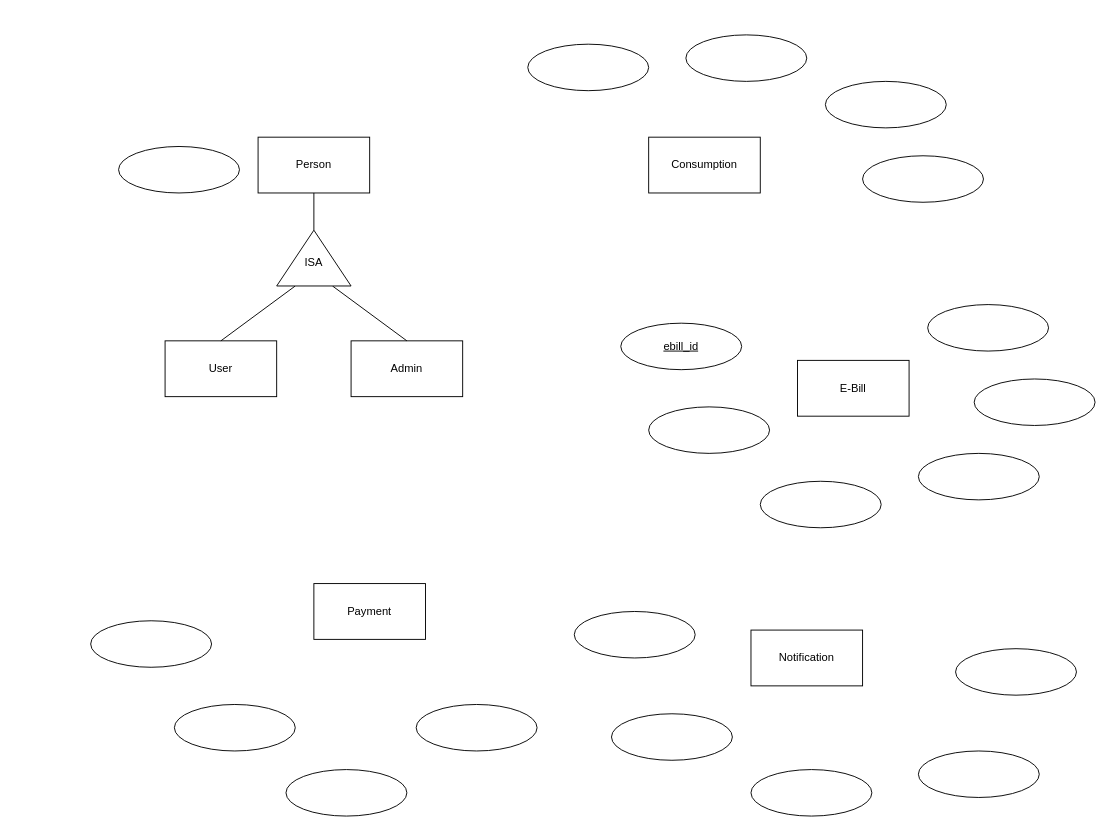
Shan-Joel/Diagrams---ITPM keeps this draw.io diagram as diagrams.drawio. Above is the earlier version. Source tidied: cells renumbered, new cells numbered last; positions are measured from the earlier drawing's top-left corner, leaving out a move shared by most shapes. Both pictures are drawn from the tidied source at 93%, with x=0, y=0 at pixel (90, 34).
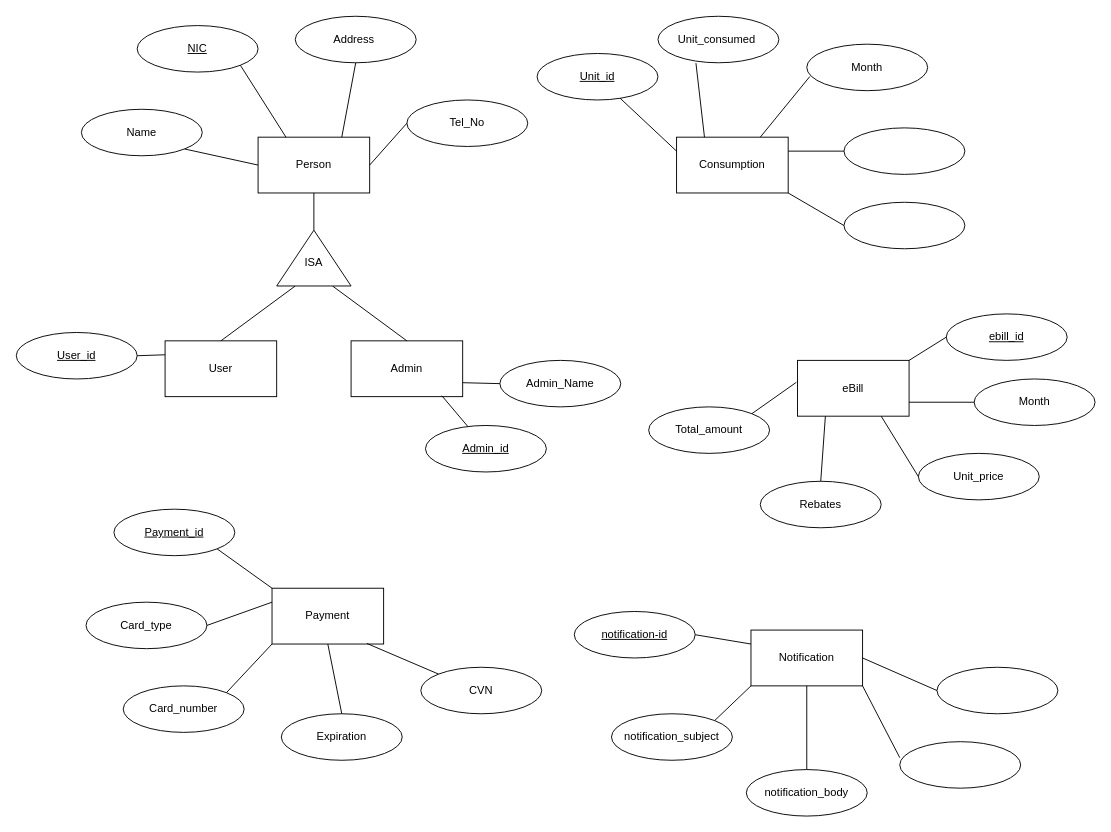
The same diagram, later.

The change refers to these unchanged cells:
```xml
<mxCell id="2" value="Admin" style="rounded=0;whiteSpace=wrap;html=1;" parent="1" vertex="1">
  <mxGeometry x="280" y="329" width="120" height="60" as="geometry" />
</mxCell>
<mxCell id="3" value="User" style="rounded=0;whiteSpace=wrap;html=1;" parent="1" vertex="1">
  <mxGeometry x="80" y="329" width="120" height="60" as="geometry" />
</mxCell>
<mxCell id="4" value="Person" style="rounded=0;whiteSpace=wrap;html=1;" parent="1" vertex="1">
  <mxGeometry x="180" y="110" width="120" height="60" as="geometry" />
</mxCell>
<mxCell id="14" value="Notification" style="rounded=0;whiteSpace=wrap;html=1;" parent="1" vertex="1">
  <mxGeometry x="710" y="640" width="120" height="60" as="geometry" />
</mxCell>
```

What changed in the source:
```diff
@@
     <mxCell id="11" value="Consumption" style="rounded=0;whiteSpace=wrap;html=1;" parent="1" vertex="1">
-      <mxGeometry x="600" y="110" width="120" height="60" as="geometry" />
+      <mxGeometry x="630" y="110" width="120" height="60" as="geometry" />
     </mxCell>
-    <mxCell id="12" value="E-Bill" style="rounded=0;whiteSpace=wrap;html=1;" parent="1" vertex="1">
+    <mxCell id="12" value="eBill" style="rounded=0;whiteSpace=wrap;html=1;" parent="1" vertex="1">
       <mxGeometry x="760" y="350" width="120" height="60" as="geometry" />
     </mxCell>
     <mxCell id="13" value="Payment" style="rounded=0;whiteSpace=wrap;html=1;" parent="1" vertex="1">
-      <mxGeometry x="240" y="590" width="120" height="60" as="geometry" />
+      <mxGeometry x="195" y="595" width="120" height="60" as="geometry" />
     </mxCell>
@@
-    <mxCell id="15" value="&lt;u&gt;ebill_id&lt;/u&gt;" style="ellipse;whiteSpace=wrap;html=1;" parent="1" vertex="1">
-      <mxGeometry x="570" y="310" width="130" height="50" as="geometry" />
+    <mxCell id="15" value="&lt;u&gt;Unit_id&lt;/u&gt;" style="ellipse;whiteSpace=wrap;html=1;" parent="1" vertex="1">
+      <mxGeometry x="480" y="20" width="130" height="50" as="geometry" />
     </mxCell>
-    <mxCell id="16" style="ellipse;whiteSpace=wrap;html=1;" parent="1" vertex="1">
+    <mxCell id="16" value="&lt;span&gt;&lt;u&gt;notification-id&lt;/u&gt;&lt;/span&gt;" style="ellipse;whiteSpace=wrap;html=1;" parent="1" vertex="1">
       <mxGeometry x="520" y="620" width="130" height="50" as="geometry" />
     </mxCell>
-    <mxCell id="17" style="ellipse;whiteSpace=wrap;html=1;" parent="1" vertex="1">
-      <mxGeometry y="630" width="130" height="50" as="geometry" />
+    <mxCell id="17" value="Card_type" style="ellipse;whiteSpace=wrap;html=1;" parent="1" vertex="1">
+      <mxGeometry x="-5" y="610" width="130" height="50" as="geometry" />
     </mxCell>
-    <mxCell id="18" style="ellipse;whiteSpace=wrap;html=1;" parent="1" vertex="1">
-      <mxGeometry x="30" y="120" width="130" height="50" as="geometry" />
+    <mxCell id="18" value="Name" style="ellipse;whiteSpace=wrap;html=1;" parent="1" vertex="1">
+      <mxGeometry x="-10" y="80" width="130" height="50" as="geometry" />
     </mxCell>
-    <mxCell id="19" style="ellipse;whiteSpace=wrap;html=1;" parent="1" vertex="1">
-      <mxGeometry x="470" y="10" width="130" height="50" as="geometry" />
+    <mxCell id="19" value="Unit_consumed&amp;nbsp;" style="ellipse;whiteSpace=wrap;html=1;" parent="1" vertex="1">
+      <mxGeometry x="610" y="-20" width="130" height="50" as="geometry" />
     </mxCell>
-    <mxCell id="20" style="ellipse;whiteSpace=wrap;html=1;" parent="1" vertex="1">
-      <mxGeometry x="90" y="720" width="130" height="50" as="geometry" />
+    <mxCell id="20" value="&lt;span&gt;Card_number&lt;/span&gt;" style="ellipse;whiteSpace=wrap;html=1;" parent="1" vertex="1">
+      <mxGeometry x="35" y="700" width="130" height="50" as="geometry" />
     </mxCell>
-    <mxCell id="21" style="ellipse;whiteSpace=wrap;html=1;" parent="1" vertex="1">
-      <mxGeometry x="210" y="790" width="130" height="50" as="geometry" />
+    <mxCell id="21" value="Expiration" style="ellipse;whiteSpace=wrap;html=1;" parent="1" vertex="1">
+      <mxGeometry x="205" y="730" width="130" height="50" as="geometry" />
     </mxCell>
-    <mxCell id="22" style="ellipse;whiteSpace=wrap;html=1;" parent="1" vertex="1">
-      <mxGeometry x="350" y="720" width="130" height="50" as="geometry" />
+    <mxCell id="22" value="CVN" style="ellipse;whiteSpace=wrap;html=1;" parent="1" vertex="1">
+      <mxGeometry x="355" y="680" width="130" height="50" as="geometry" />
     </mxCell>
-    <mxCell id="23" style="ellipse;whiteSpace=wrap;html=1;" parent="1" vertex="1">
+    <mxCell id="23" value="&lt;span&gt;notification_subject&lt;/span&gt;" style="ellipse;whiteSpace=wrap;html=1;" parent="1" vertex="1">
       <mxGeometry x="560" y="730" width="130" height="50" as="geometry" />
     </mxCell>
-    <mxCell id="24" style="ellipse;whiteSpace=wrap;html=1;" parent="1" vertex="1">
-      <mxGeometry x="710" y="790" width="130" height="50" as="geometry" />
+    <mxCell id="24" value="&lt;span&gt;notification_body&lt;/span&gt;" style="ellipse;whiteSpace=wrap;html=1;" parent="1" vertex="1">
+      <mxGeometry x="705" y="790" width="130" height="50" as="geometry" />
     </mxCell>
     <mxCell id="25" style="ellipse;whiteSpace=wrap;html=1;" parent="1" vertex="1">
-      <mxGeometry x="890" y="770" width="130" height="50" as="geometry" />
+      <mxGeometry x="870" y="760" width="130" height="50" as="geometry" />
     </mxCell>
     <mxCell id="26" style="ellipse;whiteSpace=wrap;html=1;" parent="1" vertex="1">
-      <mxGeometry x="930" y="660" width="130" height="50" as="geometry" />
+      <mxGeometry x="910" y="680" width="130" height="50" as="geometry" />
     </mxCell>
-    <mxCell id="27" style="ellipse;whiteSpace=wrap;html=1;" parent="1" vertex="1">
+    <mxCell id="27" value="Rebates" style="ellipse;whiteSpace=wrap;html=1;" parent="1" vertex="1">
       <mxGeometry x="720" y="480" width="130" height="50" as="geometry" />
     </mxCell>
-    <mxCell id="28" style="ellipse;whiteSpace=wrap;html=1;" parent="1" vertex="1">
+    <mxCell id="28" value="Unit_price" style="ellipse;whiteSpace=wrap;html=1;" parent="1" vertex="1">
       <mxGeometry x="890" y="450" width="130" height="50" as="geometry" />
     </mxCell>
-    <mxCell id="29" style="ellipse;whiteSpace=wrap;html=1;" parent="1" vertex="1">
+    <mxCell id="29" value="&lt;span&gt;Total_amount&lt;/span&gt;" style="ellipse;whiteSpace=wrap;html=1;" parent="1" vertex="1">
       <mxGeometry x="600" y="400" width="130" height="50" as="geometry" />
     </mxCell>
-    <mxCell id="30" style="ellipse;whiteSpace=wrap;html=1;" parent="1" vertex="1">
+    <mxCell id="30" value="Month" style="ellipse;whiteSpace=wrap;html=1;" parent="1" vertex="1">
       <mxGeometry x="950" y="370" width="130" height="50" as="geometry" />
     </mxCell>
-    <mxCell id="31" style="ellipse;whiteSpace=wrap;html=1;" parent="1" vertex="1">
-      <mxGeometry x="900" y="290" width="130" height="50" as="geometry" />
+    <mxCell id="31" value="&lt;u&gt;ebill_id&lt;/u&gt;" style="ellipse;whiteSpace=wrap;html=1;" parent="1" vertex="1">
+      <mxGeometry x="920" y="300" width="130" height="50" as="geometry" />
     </mxCell>
-    <mxCell id="32" style="ellipse;whiteSpace=wrap;html=1;" parent="1" vertex="1">
-      <mxGeometry x="640" width="130" height="50" as="geometry" />
+    <mxCell id="32" value="&lt;span&gt;Month&lt;/span&gt;" style="ellipse;whiteSpace=wrap;html=1;" parent="1" vertex="1">
+      <mxGeometry x="770" y="10" width="130" height="50" as="geometry" />
     </mxCell>
     <mxCell id="33" style="ellipse;whiteSpace=wrap;html=1;" parent="1" vertex="1">
-      <mxGeometry x="790" y="50" width="130" height="50" as="geometry" />
+      <mxGeometry x="810" y="100" width="130" height="50" as="geometry" />
     </mxCell>
     <mxCell id="34" style="ellipse;whiteSpace=wrap;html=1;" parent="1" vertex="1">
-      <mxGeometry x="830" y="130" width="130" height="50" as="geometry" />
+      <mxGeometry x="810" y="180" width="130" height="50" as="geometry" />
     </mxCell>
+    <mxCell id="35" value="&lt;u&gt;NIC&lt;/u&gt;" style="ellipse;whiteSpace=wrap;html=1;" parent="1" vertex="1">
+      <mxGeometry x="50" y="-10" width="130" height="50" as="geometry" />
+    </mxCell>
+    <mxCell id="36" value="Address&amp;nbsp;" style="ellipse;whiteSpace=wrap;html=1;" parent="1" vertex="1">
+      <mxGeometry x="220" y="-20" width="130" height="50" as="geometry" />
+    </mxCell>
+    <mxCell id="37" value="Tel_No" style="ellipse;whiteSpace=wrap;html=1;" parent="1" vertex="1">
+      <mxGeometry x="340" y="70" width="130" height="50" as="geometry" />
+    </mxCell>
+    <mxCell id="38" value="&lt;u&gt;Payment_id&lt;/u&gt;" style="ellipse;whiteSpace=wrap;html=1;" parent="1" vertex="1">
+      <mxGeometry x="25" y="510" width="130" height="50" as="geometry" />
+    </mxCell>
+    <mxCell id="39" style="endArrow=none;html=1;rounded=0;exitX=1;exitY=0.5;exitDx=0;exitDy=0;entryX=0;entryY=0.5;entryDx=0;entryDy=0;" parent="1" edge="1" source="4" target="37">
+      <mxGeometry relative="1" as="geometry" />
+    </mxCell>
+    <mxCell id="40" style="endArrow=none;html=1;rounded=0;exitX=0.75;exitY=0;exitDx=0;exitDy=0;entryX=0.5;entryY=1;entryDx=0;entryDy=0;" parent="1" edge="1" source="4" target="36">
+      <mxGeometry relative="1" as="geometry" />
+    </mxCell>
+    <mxCell id="41" style="endArrow=none;html=1;rounded=0;exitX=0.25;exitY=0;exitDx=0;exitDy=0;entryX=1;entryY=1;entryDx=0;entryDy=0;" parent="1" edge="1" source="4" target="35">
+      <mxGeometry relative="1" as="geometry" />
+    </mxCell>
+    <mxCell id="42" style="endArrow=none;html=1;rounded=0;exitX=0;exitY=0.5;exitDx=0;exitDy=0;entryX=1;entryY=1;entryDx=0;entryDy=0;" parent="1" edge="1" source="4" target="18">
+      <mxGeometry relative="1" as="geometry" />
+    </mxCell>
+    <mxCell id="43" style="endArrow=none;html=1;rounded=0;exitX=0;exitY=0.25;exitDx=0;exitDy=0;entryX=0.686;entryY=0.96;entryDx=0;entryDy=0;entryPerimeter=0;" parent="1" edge="1" source="11" target="15">
+      <mxGeometry relative="1" as="geometry" />
+    </mxCell>
+    <mxCell id="44" style="endArrow=none;html=1;rounded=0;exitX=0.25;exitY=0;exitDx=0;exitDy=0;entryX=0.314;entryY=1.008;entryDx=0;entryDy=0;entryPerimeter=0;" parent="1" edge="1" source="11" target="19">
+      <mxGeometry relative="1" as="geometry" />
+    </mxCell>
+    <mxCell id="45" style="endArrow=none;html=1;rounded=0;exitX=0.75;exitY=0;exitDx=0;exitDy=0;entryX=0.025;entryY=0.696;entryDx=0;entryDy=0;entryPerimeter=0;" parent="1" edge="1" source="11" target="32">
+      <mxGeometry relative="1" as="geometry" />
+    </mxCell>
+    <mxCell id="46" style="endArrow=none;html=1;rounded=0;exitX=1;exitY=0.25;exitDx=0;exitDy=0;entryX=0;entryY=0.5;entryDx=0;entryDy=0;" parent="1" edge="1" source="11" target="33">
+      <mxGeometry relative="1" as="geometry" />
+    </mxCell>
+    <mxCell id="47" style="endArrow=none;html=1;rounded=0;exitX=1;exitY=1;exitDx=0;exitDy=0;entryX=0;entryY=0.5;entryDx=0;entryDy=0;" parent="1" edge="1" source="11" target="34">
+      <mxGeometry relative="1" as="geometry" />
+    </mxCell>
+    <mxCell id="48" style="endArrow=none;html=1;rounded=0;exitX=1;exitY=0;exitDx=0;exitDy=0;entryX=-0.01;entryY=0.393;entryDx=0;entryDy=0;entryPerimeter=0;" parent="1" edge="1" source="29" target="12">
+      <mxGeometry relative="1" as="geometry" />
+    </mxCell>
+    <mxCell id="49" style="endArrow=none;html=1;rounded=0;exitX=0.5;exitY=0;exitDx=0;exitDy=0;entryX=0.25;entryY=1;entryDx=0;entryDy=0;" parent="1" edge="1" source="27" target="12">
+      <mxGeometry relative="1" as="geometry" />
+    </mxCell>
+    <mxCell id="50" style="endArrow=none;html=1;rounded=0;exitX=0;exitY=0.5;exitDx=0;exitDy=0;entryX=0.75;entryY=1;entryDx=0;entryDy=0;" parent="1" edge="1" source="28" target="12">
+      <mxGeometry relative="1" as="geometry" />
+    </mxCell>
+    <mxCell id="51" style="endArrow=none;html=1;rounded=0;exitX=0;exitY=0.5;exitDx=0;exitDy=0;entryX=1;entryY=0.75;entryDx=0;entryDy=0;" parent="1" edge="1" source="30" target="12">
+      <mxGeometry relative="1" as="geometry" />
+    </mxCell>
+    <mxCell id="52" style="endArrow=none;html=1;rounded=0;exitX=0;exitY=0.5;exitDx=0;exitDy=0;entryX=1;entryY=0;entryDx=0;entryDy=0;" parent="1" edge="1" source="31" target="12">
+      <mxGeometry relative="1" as="geometry" />
+    </mxCell>
+    <mxCell id="53" style="endArrow=none;html=1;rounded=0;exitX=1;exitY=1;exitDx=0;exitDy=0;entryX=0;entryY=0;entryDx=0;entryDy=0;" parent="1" edge="1" source="38" target="13">
+      <mxGeometry relative="1" as="geometry" />
+    </mxCell>
+    <mxCell id="54" style="endArrow=none;html=1;rounded=0;exitX=1;exitY=0.5;exitDx=0;exitDy=0;entryX=0;entryY=0.25;entryDx=0;entryDy=0;" parent="1" edge="1" source="17" target="13">
+      <mxGeometry relative="1" as="geometry" />
+    </mxCell>
+    <mxCell id="55" style="endArrow=none;html=1;rounded=0;exitX=1;exitY=0;exitDx=0;exitDy=0;entryX=0;entryY=1;entryDx=0;entryDy=0;" parent="1" edge="1" source="20" target="13">
+      <mxGeometry relative="1" as="geometry" />
+    </mxCell>
+    <mxCell id="56" style="endArrow=none;html=1;rounded=0;exitX=0.5;exitY=0;exitDx=0;exitDy=0;entryX=0.5;entryY=1;entryDx=0;entryDy=0;" parent="1" edge="1" source="21" target="13">
+      <mxGeometry relative="1" as="geometry" />
+    </mxCell>
+    <mxCell id="57" style="endArrow=none;html=1;rounded=0;exitX=0;exitY=0;exitDx=0;exitDy=0;entryX=0.85;entryY=0.99;entryDx=0;entryDy=0;entryPerimeter=0;" parent="1" edge="1" source="22" target="13">
+      <mxGeometry relative="1" as="geometry" />
+    </mxCell>
+    <mxCell id="58" style="endArrow=none;html=1;rounded=0;exitX=1;exitY=0.5;exitDx=0;exitDy=0;entryX=0;entryY=0.25;entryDx=0;entryDy=0;" parent="1" edge="1" source="16" target="14">
+      <mxGeometry relative="1" as="geometry" />
+    </mxCell>
+    <mxCell id="59" style="endArrow=none;html=1;rounded=0;exitX=1;exitY=0;exitDx=0;exitDy=0;entryX=0;entryY=1;entryDx=0;entryDy=0;" parent="1" edge="1" source="23" target="14">
+      <mxGeometry relative="1" as="geometry" />
+    </mxCell>
+    <mxCell id="60" style="endArrow=none;html=1;rounded=0;exitX=0.5;exitY=0;exitDx=0;exitDy=0;entryX=0.5;entryY=1;entryDx=0;entryDy=0;" parent="1" edge="1" source="24" target="14">
+      <mxGeometry relative="1" as="geometry" />
+    </mxCell>
+    <mxCell id="61" style="endArrow=none;html=1;rounded=0;exitX=0;exitY=0.344;exitDx=0;exitDy=0;entryX=1;entryY=1;entryDx=0;entryDy=0;exitPerimeter=0;" parent="1" edge="1" source="25" target="14">
+      <mxGeometry relative="1" as="geometry" />
+    </mxCell>
+    <mxCell id="62" style="endArrow=none;html=1;rounded=0;exitX=0;exitY=0.5;exitDx=0;exitDy=0;entryX=1;entryY=0.5;entryDx=0;entryDy=0;" parent="1" edge="1" source="26" target="14">
+      <mxGeometry relative="1" as="geometry" />
+    </mxCell>
+    <mxCell id="63" value="&lt;u&gt;User_id&lt;/u&gt;" style="ellipse;whiteSpace=wrap;html=1;" parent="1" vertex="1">
+      <mxGeometry x="-80" y="320" width="130" height="50" as="geometry" />
+    </mxCell>
+    <mxCell id="64" style="endArrow=none;html=1;rounded=0;exitX=0;exitY=0.25;exitDx=0;exitDy=0;entryX=1;entryY=0.5;entryDx=0;entryDy=0;" parent="1" edge="1" source="3" target="63">
+      <mxGeometry relative="1" as="geometry" />
+    </mxCell>
+    <mxCell id="65" value="&lt;u&gt;Admin_id&lt;/u&gt;" style="ellipse;whiteSpace=wrap;html=1;" parent="1" vertex="1">
+      <mxGeometry x="360" y="420" width="130" height="50" as="geometry" />
+    </mxCell>
+    <mxCell id="66" value="Admin_Name" style="ellipse;whiteSpace=wrap;html=1;" parent="1" vertex="1">
+      <mxGeometry x="440" y="350" width="130" height="50" as="geometry" />
+    </mxCell>
+    <mxCell id="67" style="endArrow=none;html=1;rounded=0;entryX=0.813;entryY=0.983;entryDx=0;entryDy=0;exitX=0.351;exitY=0.024;exitDx=0;exitDy=0;exitPerimeter=0;entryPerimeter=0;" parent="1" edge="1" source="65" target="2">
+      <mxGeometry relative="1" as="geometry" />
+    </mxCell>
+    <mxCell id="68" style="endArrow=none;html=1;rounded=0;exitX=1;exitY=0.75;exitDx=0;exitDy=0;entryX=0;entryY=0.5;entryDx=0;entryDy=0;" parent="1" edge="1" source="2" target="66">
+      <mxGeometry relative="1" as="geometry" />
+    </mxCell>
```
